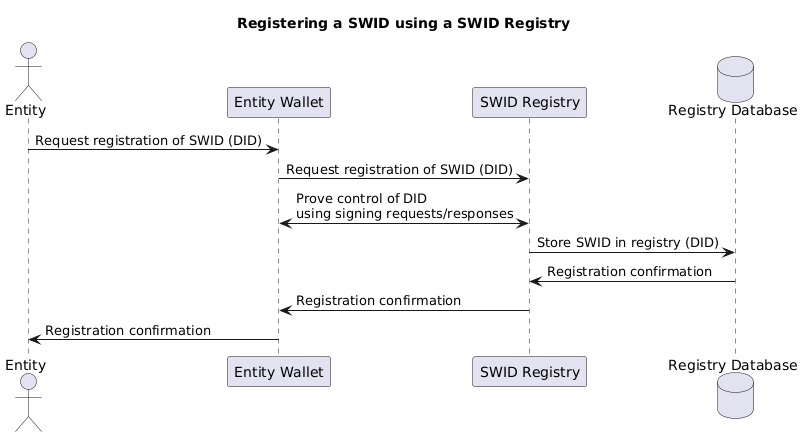
Before: dist/images/registering-a-swid-using-a-swid-registry.png, a diagram exported from PlantUML (metanorma/swf-swid-document-spec).
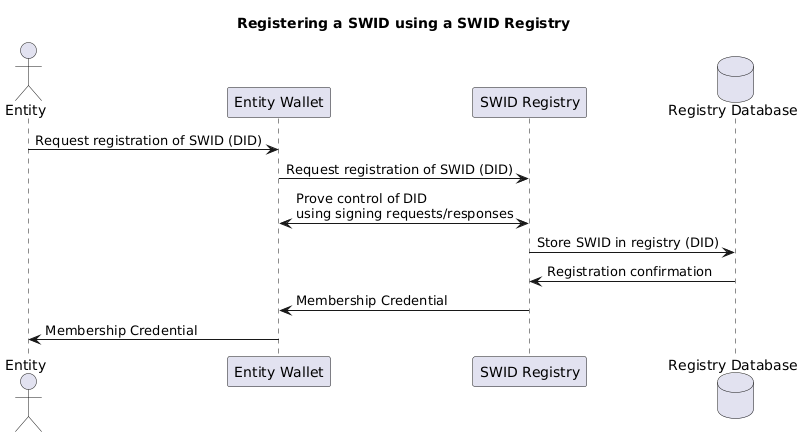
Later version of the same file.

Commit message:
Update registration diagram to include membership credential.

Change to the diagram source:
```diff
@@ -11,6 +11,6 @@
 REG <-> EW : Prove control of DID\nusing signing requests/responses
 REG -> REGDB : Store SWID in registry (DID)
 REGDB -> REG : Registration confirmation
-REG -> EW : Registration confirmation
-EW -> E : Registration confirmation
+REG -> EW : Membership Credential
+EW -> E : Membership Credential
 @enduml
```
